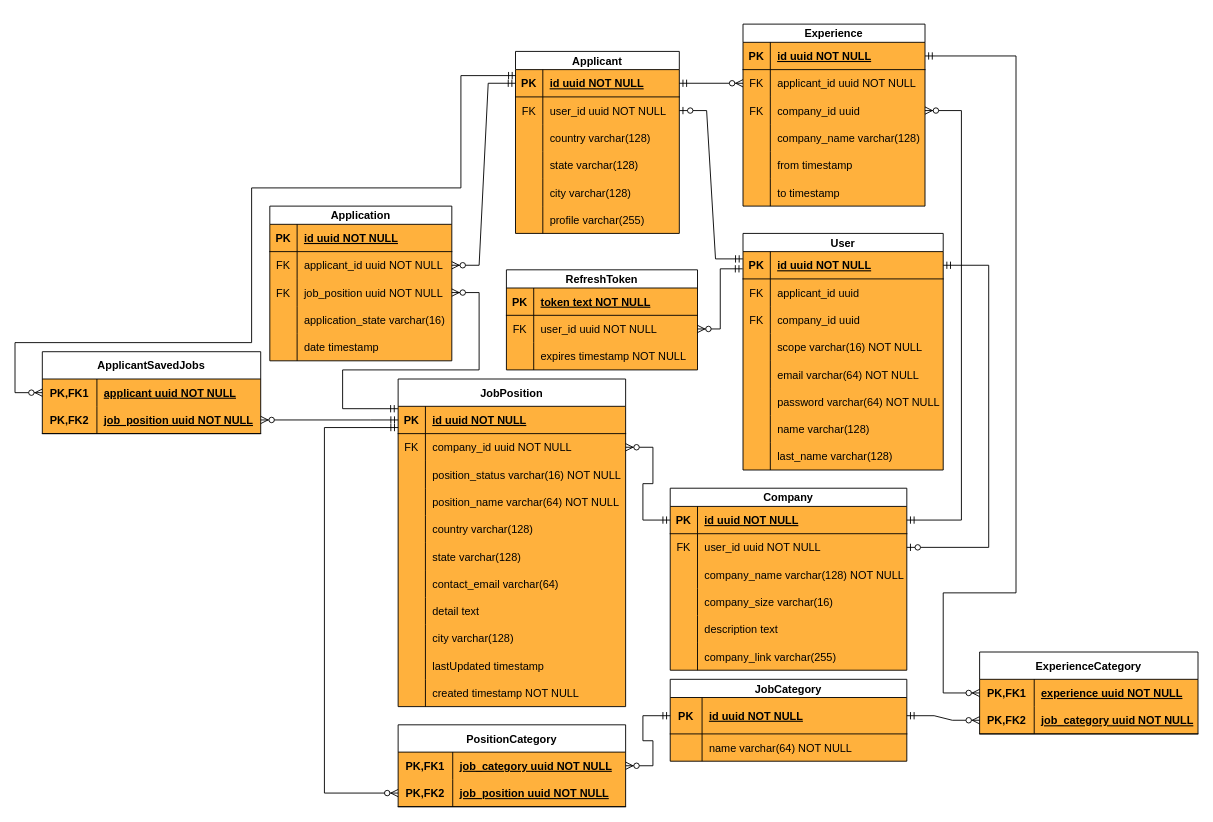
Before: diagrams/ERD.drawio in BUTAJI9l-IT/job-portal, a draw.io diagram. Source tidied: cells renumbered, new cells numbered last; positions are measured from the earlier drawing's top-left corner, leaving out a move shared by most shapes. Both pictures are drawn from the tidied source at 91%, with x=0, y=0 at pixel (15, 24).
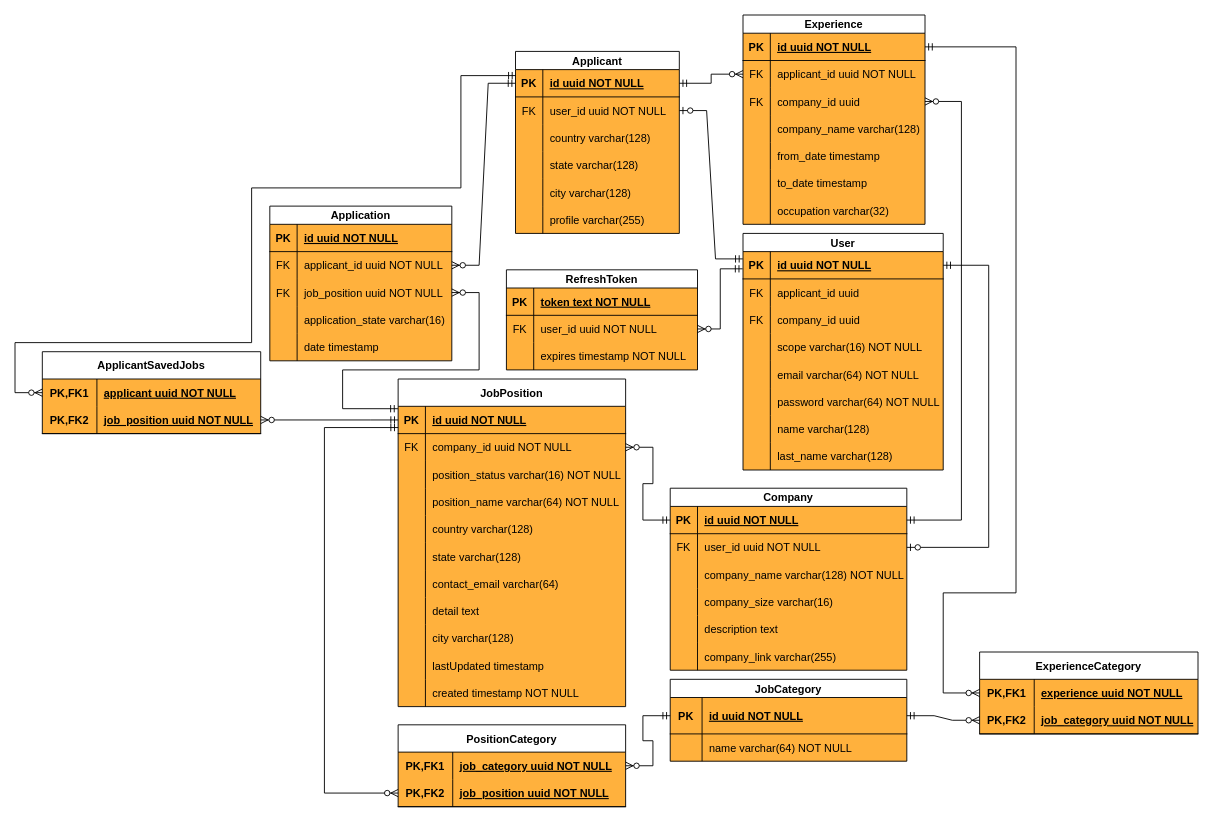
After the change.

Unchanged cells that the change refers to:
```xml
<mxCell id="38" style="shape=tableRow;horizontal=0;startSize=0;swimlaneHead=0;swimlaneBody=0;fillColor=none;points=[[0,0.5],[1,0.5]];portConstraint=eastwest;top=0;left=0;right=0;bottom=1;" parent="37" vertex="1">
  <mxGeometry y="20" width="260" height="30" as="geometry" />
</mxCell>
<mxCell id="57" style="shape=tableRow;horizontal=0;startSize=0;swimlaneHead=0;swimlaneBody=0;fillColor=none;points=[[0,0.5],[1,0.5]];portConstraint=eastwest;top=0;left=0;right=0;bottom=1;" parent="56" vertex="1">
  <mxGeometry y="20" width="200" height="30" as="geometry" />
</mxCell>
<mxCell id="63" style="shape=tableRow;horizontal=0;startSize=0;swimlaneHead=0;swimlaneBody=0;fillColor=none;points=[[0,0.5],[1,0.5]];portConstraint=eastwest;top=0;left=0;right=0;bottom=0;" parent="56" vertex="1">
  <mxGeometry y="80" width="200" height="30" as="geometry" />
</mxCell>
<mxCell id="69" style="shape=tableRow;horizontal=0;startSize=0;swimlaneHead=0;swimlaneBody=0;fillColor=none;top=0;left=0;right=0;bottom=0;" parent="56" vertex="1">
  <mxGeometry y="140" width="200" height="30" as="geometry" />
</mxCell>
<mxCell id="72" style="shape=tableRow;horizontal=0;startSize=0;swimlaneHead=0;swimlaneBody=0;fillColor=none;top=0;left=0;right=0;bottom=0;" parent="56" vertex="1">
  <mxGeometry y="170" width="200" height="30" as="geometry" />
</mxCell>
<mxCell id="167" style="shape=tableRow;horizontal=0;startSize=0;swimlaneHead=0;swimlaneBody=0;fillColor=none;points=[[0,0.5],[1,0.5]];portConstraint=eastwest;top=0;left=0;right=0;bottom=0;" parent="166" vertex="1">
  <mxGeometry y="30" width="240" height="30" as="geometry" />
</mxCell>
```

Diff of the diagram source:
```diff
@@
     <mxCell id="56" value="Experience" style="shape=table;startSize=20;childLayout=tableLayout;rowLines=0;fontStyle=1;align=center;swimlaneFillColor=#FFB13D;" parent="1" vertex="1">
-      <mxGeometry x="800" width="200" height="200" as="geometry" />
+      <mxGeometry x="800" y="-10" width="200" height="230" as="geometry" />
     </mxCell>
@@
-    <mxCell id="71" value="from timestamp" style="shape=partialRectangle;fillColor=none;top=0;left=0;bottom=0;right=0;align=left;spacingLeft=6;overflow=hidden;" parent="69" vertex="1">
+    <mxCell id="71" value="from_date timestamp" style="shape=partialRectangle;fillColor=none;top=0;left=0;bottom=0;right=0;align=left;spacingLeft=6;overflow=hidden;" parent="69" vertex="1">
       <mxGeometry x="30" width="170" height="30" as="geometry" />
     </mxCell>
@@
-    <mxCell id="74" value="to timestamp" style="shape=partialRectangle;fillColor=none;top=0;left=0;bottom=0;right=0;align=left;spacingLeft=6;overflow=hidden;" parent="72" vertex="1">
+    <mxCell id="74" value="to_date timestamp" style="shape=partialRectangle;fillColor=none;top=0;left=0;bottom=0;right=0;align=left;spacingLeft=6;overflow=hidden;" parent="72" vertex="1">
       <mxGeometry x="30" width="170" height="30" as="geometry" />
     </mxCell>
+    <mxCell id="186" style="shape=tableRow;horizontal=0;startSize=0;swimlaneHead=0;swimlaneBody=0;fillColor=none;top=0;left=0;right=0;bottom=0;" parent="56" vertex="1">
+      <mxGeometry y="200" width="200" height="30" as="geometry" />
+    </mxCell>
+    <mxCell id="187" style="shape=partialRectangle;fillColor=none;top=0;left=0;bottom=0;right=0;overflow=hidden;" parent="186" vertex="1">
+      <mxGeometry width="30" height="30" as="geometry" />
+    </mxCell>
+    <mxCell id="188" value="occupation varchar(32)" style="shape=partialRectangle;fillColor=none;top=0;left=0;bottom=0;right=0;align=left;spacingLeft=6;overflow=hidden;" parent="186" vertex="1">
+      <mxGeometry x="30" width="170" height="30" as="geometry" />
+    </mxCell>
@@
     <mxCell id="174" style="edgeStyle=orthogonalEdgeStyle;fontSize=12;html=1;endArrow=ERzeroToMany;startArrow=ERmandOne;rounded=0;exitX=1;exitY=0.5;exitDx=0;exitDy=0;entryX=0;entryY=0.5;entryDx=0;entryDy=0;" parent="1" edge="1" source="57" target="167">
       <mxGeometry relative="1" as="geometry">
         <Array as="points">
-          <mxPoint x="1100" y="35" />
+          <mxPoint x="1100" y="25" />
           <mxPoint x="1100" y="625" />
           <mxPoint x="1020" y="625" />
           <mxPoint x="1020" y="735" />
         </Array>
       </mxGeometry>
     </mxCell>
     <mxCell id="175" style="edgeStyle=orthogonalEdgeStyle;fontSize=12;html=1;endArrow=ERzeroToMany;startArrow=ERmandOne;rounded=0;exitX=1;exitY=0.5;exitDx=0;exitDy=0;entryX=1;entryY=0.5;entryDx=0;entryDy=0;" parent="1" edge="1" source="38" target="63">
       <mxGeometry relative="1" as="geometry">
         <Array as="points">
           <mxPoint x="1040" y="545" />
-          <mxPoint x="1040" y="95" />
+          <mxPoint x="1040" y="85" />
         </Array>
       </mxGeometry>
     </mxCell>
```
